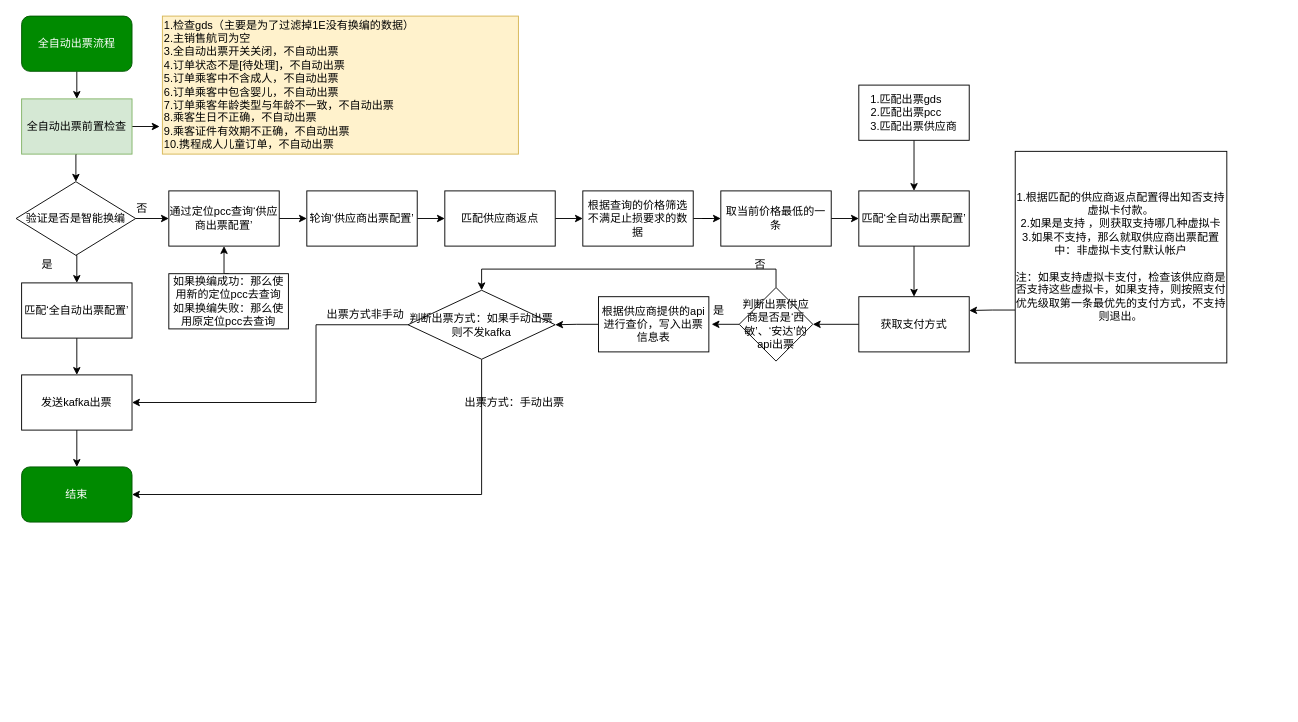
Before: 全自动出票.drawio in dhyang/study, a draw.io diagram. Source tidied: cells renumbered, new cells numbered last; positions are measured from the earlier drawing's top-left corner, leaving out a move shared by most shapes. Both pictures are drawn from the tidied source at 92%, with x=0, y=0 at pixel (16, 16).
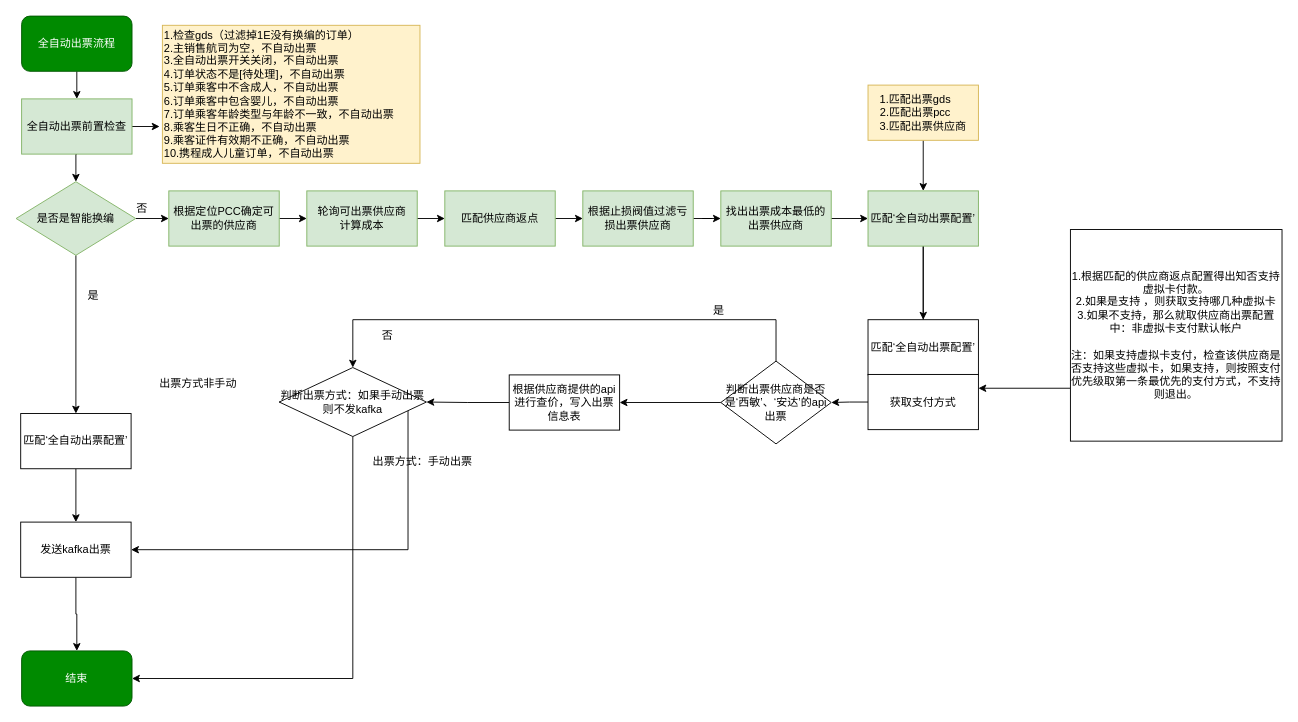
After the change.

Commit message:
更新全自动出票

Diff of the diagram source:
```diff
@@
-    <mxCell id="7" value="1.检查gds（主要是为了过滤掉1E没有换编的数据）&lt;br&gt;2.主销售航司为空&amp;nbsp; &amp;nbsp; &amp;nbsp; &amp;nbsp; &amp;nbsp; &amp;nbsp; &amp;nbsp; &amp;nbsp; &amp;nbsp; &amp;nbsp; &amp;nbsp; &amp;nbsp; &amp;nbsp; &amp;nbsp; &amp;nbsp; &amp;nbsp; &amp;nbsp; &amp;nbsp; &amp;nbsp; &amp;nbsp; &amp;nbsp; &amp;nbsp; &amp;nbsp; &amp;nbsp; &amp;nbsp; &amp;nbsp;&amp;nbsp;&lt;br&gt;3.&lt;span&gt;全自动出票开关关闭，不自动出票&amp;nbsp; &amp;nbsp; &amp;nbsp; &amp;nbsp; &amp;nbsp; &amp;nbsp; &amp;nbsp; &amp;nbsp; &amp;nbsp; &amp;nbsp; &amp;nbsp; &amp;nbsp;&lt;br&gt;4.&lt;/span&gt;&lt;span&gt;订单状态不是[待处理]，不自动出票&amp;nbsp; &amp;nbsp; &amp;nbsp; &amp;nbsp; &amp;nbsp; &amp;nbsp; &amp;nbsp; &amp;nbsp; &amp;nbsp; &amp;nbsp; &amp;nbsp;&lt;br&gt;5.&lt;/span&gt;&lt;span&gt;订单乘客中不含成人，不自动出票&amp;nbsp; &amp;nbsp; &amp;nbsp; &amp;nbsp; &amp;nbsp; &amp;nbsp; &amp;nbsp; &amp;nbsp; &amp;nbsp; &amp;nbsp; &amp;nbsp; &amp;nbsp;&lt;br&gt;6.&lt;/span&gt;&lt;span&gt;订单乘客中包含婴儿，不自动出票&amp;nbsp; &amp;nbsp; &amp;nbsp; &amp;nbsp; &amp;nbsp; &amp;nbsp; &amp;nbsp; &amp;nbsp; &amp;nbsp; &amp;nbsp; &amp;nbsp; &amp;nbsp;&lt;br&gt;7.&lt;/span&gt;&lt;span&gt;订单乘客年龄类型与年龄不一致，不自动出票&amp;nbsp; &amp;nbsp; &amp;nbsp;&lt;br&gt;8.&lt;/span&gt;&lt;span&gt;乘客生日不正确，不自动出票&amp;nbsp; &amp;nbsp; &amp;nbsp; &amp;nbsp; &amp;nbsp; &amp;nbsp; &amp;nbsp; &amp;nbsp; &amp;nbsp; &amp;nbsp; &amp;nbsp; &amp;nbsp; &amp;nbsp; &amp;nbsp; &amp;nbsp;&amp;nbsp;&lt;br&gt;9.&lt;/span&gt;&lt;span&gt;乘客证件有效期不正确，不自动出票&amp;nbsp; &amp;nbsp; &amp;nbsp; &amp;nbsp; &amp;nbsp; &amp;nbsp; &amp;nbsp; &amp;nbsp; &amp;nbsp; &amp;nbsp;&lt;br&gt;10.&lt;/span&gt;&lt;span&gt;携程成人儿童订单，不自动出票&amp;nbsp; &amp;nbsp; &amp;nbsp; &amp;nbsp; &amp;nbsp; &amp;nbsp; &amp;nbsp; &amp;nbsp; &amp;nbsp; &amp;nbsp; &amp;nbsp; &amp;nbsp; &amp;nbsp;&amp;nbsp;&lt;/span&gt;" style="rounded=0;whiteSpace=wrap;html=1;align=left;fillColor=#fff2cc;strokeColor=#d6b656;" parent="1" vertex="1">
-      <mxGeometry x="159" width="387" height="150" as="geometry" />
+    <mxCell id="7" value="&lt;div&gt;1.检查gds（过滤掉1E没有换编的订单）&lt;/div&gt;&lt;div&gt;2.主销售航司为空，不自动出票&lt;/div&gt;&lt;div&gt;3.全自动出票开关关闭，不自动出票&lt;/div&gt;&lt;div&gt;4.订单状态不是[待处理]，不自动出票&lt;/div&gt;&lt;div&gt;5.订单乘客中不含成人，不自动出票&lt;/div&gt;&lt;div&gt;6.订单乘客中包含婴儿，不自动出票&lt;/div&gt;&lt;div&gt;7.订单乘客年龄类型与年龄不一致，不自动出票&lt;/div&gt;&lt;div&gt;8.乘客生日不正确，不自动出票&lt;/div&gt;&lt;div&gt;9.乘客证件有效期不正确，不自动出票&lt;/div&gt;&lt;div&gt;10.携程成人儿童订单，不自动出票&lt;/div&gt;" style="rounded=0;whiteSpace=wrap;html=1;align=left;fillColor=#fff2cc;strokeColor=#d6b656;" parent="1" vertex="1">
+      <mxGeometry x="159" y="10" width="280" height="150" as="geometry" />
     </mxCell>
@@
     <mxCell id="9" value="匹配‘全自动出票配置’" style="rounded=0;whiteSpace=wrap;html=1;" parent="1" vertex="1">
-      <mxGeometry x="6" y="290" width="120" height="60" as="geometry" />
+      <mxGeometry x="5" y="432" width="120" height="60" as="geometry" />
     </mxCell>
@@
-    <mxCell id="12" value="验证是否是智能换编" style="rhombus;whiteSpace=wrap;html=1;" parent="1" vertex="1">
+    <mxCell id="12" value="是否是智能换编" style="rhombus;whiteSpace=wrap;html=1;fillColor=#d5e8d4;strokeColor=#82b366;" parent="1" vertex="1">
       <mxGeometry y="180" width="130" height="80" as="geometry" />
     </mxCell>
@@
     <mxCell id="14" value="发送kafka出票" style="rounded=0;whiteSpace=wrap;html=1;" parent="1" vertex="1">
-      <mxGeometry x="6" y="390" width="120" height="60" as="geometry" />
+      <mxGeometry x="5" y="550" width="120" height="60" as="geometry" />
     </mxCell>
     <mxCell id="15" value="结束" style="rounded=1;whiteSpace=wrap;html=1;fillColor=#008a00;strokeColor=#005700;fontColor=#ffffff;" parent="1" vertex="1">
-      <mxGeometry x="6" y="490" width="120" height="60" as="geometry" />
+      <mxGeometry x="6" y="690" width="120" height="60" as="geometry" />
     </mxCell>
     <mxCell id="16" value="是" style="text;html=1;align=left;verticalAlign=top;spacingTop=-4;" parent="1" vertex="1">
-      <mxGeometry x="26" y="260" width="30" height="20" as="geometry" />
+      <mxGeometry x="76" y="294" width="30" height="20" as="geometry" />
     </mxCell>
@@
-    <mxCell id="18" value="通过定位pcc查询‘供应商出票配置’" style="rounded=0;whiteSpace=wrap;html=1;" parent="1" vertex="1">
+    <mxCell id="18" value="根据定位PCC确定可出票的供应商" style="rounded=0;whiteSpace=wrap;html=1;fillColor=#d5e8d4;strokeColor=#82b366;" parent="1" vertex="1">
       <mxGeometry x="166" y="190" width="120" height="60" as="geometry" />
     </mxCell>
@@
-    <mxCell id="20" style="edgeStyle=orthogonalEdgeStyle;rounded=0;jettySize=auto;html=1;exitX=0.5;exitY=0;exitDx=0;exitDy=0;entryX=0.5;entryY=1;entryDx=0;entryDy=0;" parent="1" edge="1" source="21" target="18">
-      <mxGeometry relative="1" as="geometry" />
-    </mxCell>
-    <mxCell id="21" value="如果换编成功：那么使用新的定位pcc去查询&lt;br&gt;如果换编失败：那么使用原定位pcc去查询&lt;br&gt;" style="rounded=0;whiteSpace=wrap;html=1;" parent="1" vertex="1">
-      <mxGeometry x="166" y="280" width="130" height="60" as="geometry" />
-    </mxCell>
@@
-    <mxCell id="23" value="轮询‘供应商出票配置’" style="rounded=0;whiteSpace=wrap;html=1;" parent="1" vertex="1">
+    <mxCell id="23" value="轮询可出票供应商&lt;br&gt;计算成本&lt;br&gt;" style="rounded=0;whiteSpace=wrap;html=1;fillColor=#d5e8d4;strokeColor=#82b366;" parent="1" vertex="1">
       <mxGeometry x="316" y="190" width="120" height="60" as="geometry" />
     </mxCell>
@@
-    <mxCell id="25" value="根据查询的价格筛选不满足止损要求的数据" style="rounded=0;whiteSpace=wrap;html=1;" parent="1" vertex="1">
+    <mxCell id="25" value="根据止损阀值过滤亏损出票供应商" style="rounded=0;whiteSpace=wrap;html=1;fillColor=#d5e8d4;strokeColor=#82b366;" parent="1" vertex="1">
       <mxGeometry x="616" y="190" width="120" height="60" as="geometry" />
     </mxCell>
@@
-    <mxCell id="27" value="取当前价格最低的一条" style="rounded=0;whiteSpace=wrap;html=1;" parent="1" vertex="1">
+    <mxCell id="27" value="找出出票成本最低的出票供应商" style="rounded=0;whiteSpace=wrap;html=1;fillColor=#d5e8d4;strokeColor=#82b366;" parent="1" vertex="1">
       <mxGeometry x="766" y="190" width="120" height="60" as="geometry" />
     </mxCell>
@@
-    <mxCell id="29" value="1.匹配出票gds&amp;nbsp; &amp;nbsp; &amp;nbsp;&lt;br&gt;2.匹配出票pcc&amp;nbsp; &amp;nbsp; &amp;nbsp;&lt;br&gt;3.匹配出票供应商&lt;br&gt;" style="rounded=0;whiteSpace=wrap;html=1;" parent="1" vertex="1">
-      <mxGeometry x="916" y="75" width="120" height="60" as="geometry" />
+    <mxCell id="29" value="1.匹配出票gds&amp;nbsp; &amp;nbsp; &amp;nbsp;&lt;br&gt;2.匹配出票pcc&amp;nbsp; &amp;nbsp; &amp;nbsp;&lt;br&gt;3.匹配出票供应商&lt;br&gt;" style="rounded=0;whiteSpace=wrap;html=1;fillColor=#fff2cc;strokeColor=#d6b656;" parent="1" vertex="1">
+      <mxGeometry x="926" y="75" width="120" height="60" as="geometry" />
     </mxCell>
@@
+    <mxCell id="50" style="edgeStyle=orthogonalEdgeStyle;rounded=0;jettySize=auto;html=1;" parent="1" edge="1" source="31" target="51">
+      <mxGeometry relative="1" as="geometry" />
+    </mxCell>
-    <mxCell id="31" value="匹配‘全自动出票配置’" style="rounded=0;whiteSpace=wrap;html=1;" parent="1" vertex="1">
-      <mxGeometry x="916" y="190" width="120" height="60" as="geometry" />
+    <mxCell id="31" value="匹配‘全自动出票配置’" style="rounded=0;whiteSpace=wrap;html=1;fillColor=#d5e8d4;strokeColor=#82b366;" parent="1" vertex="1">
+      <mxGeometry x="926" y="190" width="120" height="60" as="geometry" />
     </mxCell>
+    <mxCell id="51" value="匹配‘全自动出票配置’" style="rounded=0;whiteSpace=wrap;html=1;" parent="1" vertex="1">
+      <mxGeometry x="926" y="330" width="120" height="60" as="geometry" />
+    </mxCell>
@@
     <mxCell id="33" value="获取支付方式" style="rounded=0;whiteSpace=wrap;html=1;" parent="1" vertex="1">
-      <mxGeometry x="916" y="305" width="120" height="60" as="geometry" />
+      <mxGeometry x="926" y="389.5" width="120" height="60" as="geometry" />
     </mxCell>
@@
     <mxCell id="35" value="1.根据匹配的供应商返点配置得出知否支持虚拟卡付款。&lt;br&gt;2.如果是支持 ，则获取支持哪几种虚拟卡&lt;br&gt;3.如果不支持，那么就取供应商出票配置中：非虚拟卡支付默认帐户&lt;br&gt;&lt;br&gt;注：如果支持虚拟卡支付，检查该供应商是否支持这些虚拟卡，如果支持，则按照支付优先级取第一条最优先的支付方式，不支持则退出。&lt;br&gt;" style="rounded=0;whiteSpace=wrap;html=1;" parent="1" vertex="1">
-      <mxGeometry x="1086" y="147" width="230" height="230" as="geometry" />
+      <mxGeometry x="1146" y="232" width="230" height="230" as="geometry" />
     </mxCell>
@@
-    <mxCell id="37" value="匹配供应商返点" style="rounded=0;whiteSpace=wrap;html=1;" parent="1" vertex="1">
+    <mxCell id="37" value="匹配供应商返点" style="rounded=0;whiteSpace=wrap;html=1;fillColor=#d5e8d4;strokeColor=#82b366;" parent="1" vertex="1">
       <mxGeometry x="466" y="190" width="120" height="60" as="geometry" />
     </mxCell>
-    <mxCell id="38" style="edgeStyle=orthogonalEdgeStyle;rounded=0;jettySize=auto;html=1;exitX=0;exitY=0.5;exitDx=0;exitDy=0;" parent="1" edge="1" source="40">
-      <mxGeometry relative="1" as="geometry">
-        <mxPoint x="756" y="335" as="targetPoint" />
-      </mxGeometry>
+    <mxCell id="38" style="edgeStyle=orthogonalEdgeStyle;rounded=0;jettySize=auto;html=1;exitX=0;exitY=0.5;exitDx=0;exitDy=0;" parent="1" edge="1" source="40" target="42">
+      <mxGeometry relative="1" as="geometry" />
     </mxCell>
     <mxCell id="39" style="edgeStyle=orthogonalEdgeStyle;rounded=0;jettySize=auto;html=1;exitX=0.5;exitY=0;exitDx=0;exitDy=0;entryX=0.5;entryY=0;entryDx=0;entryDy=0;" parent="1" edge="1" source="40" target="46">
-      <mxGeometry relative="1" as="geometry" />
+      <mxGeometry relative="1" as="geometry">
+        <Array as="points">
+          <mxPoint x="826" y="330" />
+          <mxPoint x="366" y="330" />
+        </Array>
+      </mxGeometry>
     </mxCell>
     <mxCell id="40" value="判断出票供应商是否是‘西敏’、‘安达’的api出票" style="rhombus;whiteSpace=wrap;html=1;" parent="1" vertex="1">
-      <mxGeometry x="786" y="295" width="80" height="80" as="geometry" />
+      <mxGeometry x="766" y="375" width="120" height="90" as="geometry" />
     </mxCell>
@@
     <mxCell id="42" value="根据供应商提供的api进行查价，写入出票信息表" style="rounded=0;whiteSpace=wrap;html=1;" parent="1" vertex="1">
-      <mxGeometry x="633" y="305" width="120" height="60" as="geometry" />
+      <mxGeometry x="536" y="390" width="120" height="60" as="geometry" />
     </mxCell>
@@
     <mxCell id="45" style="edgeStyle=orthogonalEdgeStyle;rounded=0;jettySize=auto;html=1;exitX=0;exitY=0.5;exitDx=0;exitDy=0;entryX=1;entryY=0.5;entryDx=0;entryDy=0;" parent="1" edge="1" source="46" target="14">
       <mxGeometry relative="1" as="geometry">
         <Array as="points">
-          <mxPoint x="326" y="335" />
-          <mxPoint x="326" y="420" />
+          <mxPoint x="426" y="420" />
         </Array>
       </mxGeometry>
     </mxCell>
     <mxCell id="46" value="判断出票方式：如果手动出票则不发kafka" style="rhombus;whiteSpace=wrap;html=1;" parent="1" vertex="1">
-      <mxGeometry x="426" y="298" width="160" height="75" as="geometry" />
+      <mxGeometry x="286" y="382" width="160" height="75" as="geometry" />
     </mxCell>
     <mxCell id="47" value="出票方式：手动出票" style="text;html=1;align=left;verticalAlign=top;spacingTop=-4;" parent="1" vertex="1">
-      <mxGeometry x="486" y="410" width="120" height="20" as="geometry" />
+      <mxGeometry x="386" y="474" width="120" height="20" as="geometry" />
     </mxCell>
     <mxCell id="48" value="出票方式非手动" style="text;html=1;align=left;verticalAlign=top;spacingTop=-4;" parent="1" vertex="1">
-      <mxGeometry x="336" y="315" width="100" height="20" as="geometry" />
+      <mxGeometry x="154" y="390" width="100" height="20" as="geometry" />
     </mxCell>
     <mxCell id="49" value="否" style="text;html=1;align=left;verticalAlign=top;spacingTop=-4;" parent="1" vertex="1">
-      <mxGeometry x="801" y="260" width="30" height="20" as="geometry" />
+      <mxGeometry x="396" y="337" width="30" height="20" as="geometry" />
     </mxCell>
```
